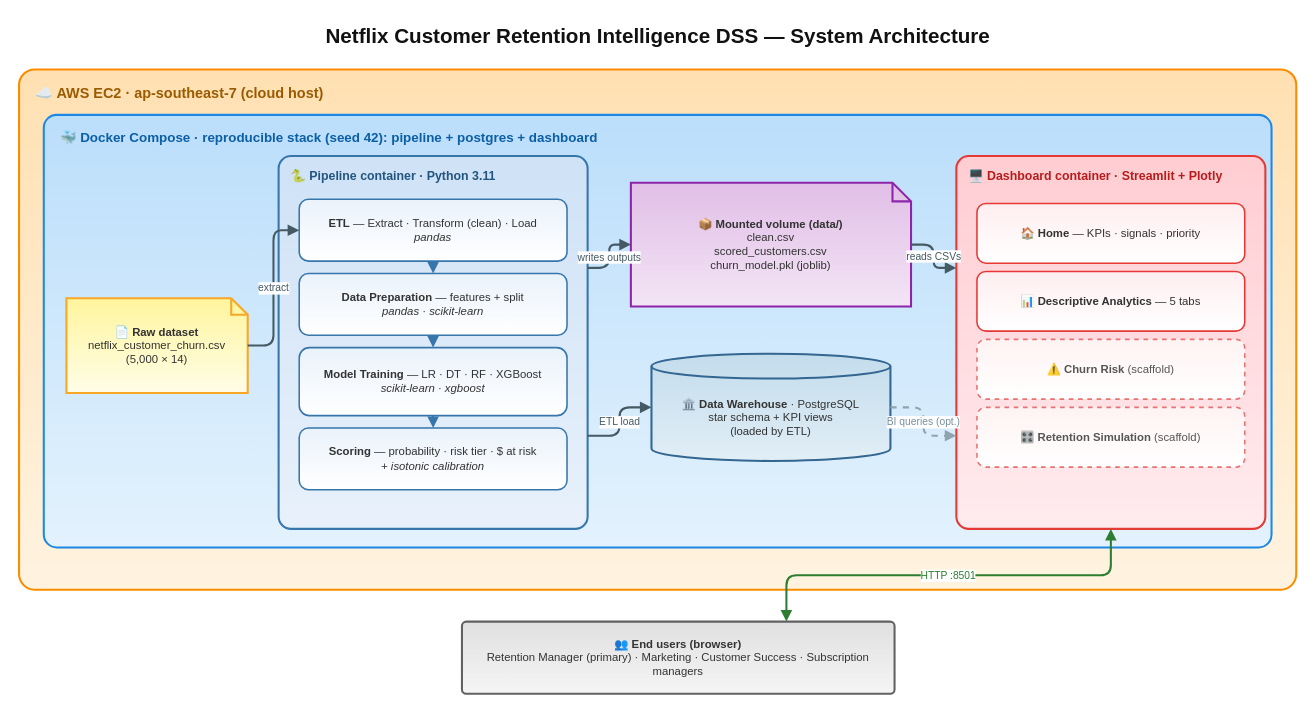
Above: docs/System_Architecture.drawio in Natawat-d/BIA_Project (draw.io), before the change. Source tidied: cells renumbered, new cells numbered last; positions are measured from the earlier drawing's top-left corner, leaving out a move shared by most shapes. Both pictures are drawn from the tidied source at 103%, with x=0, y=0 at pixel (19, 18).
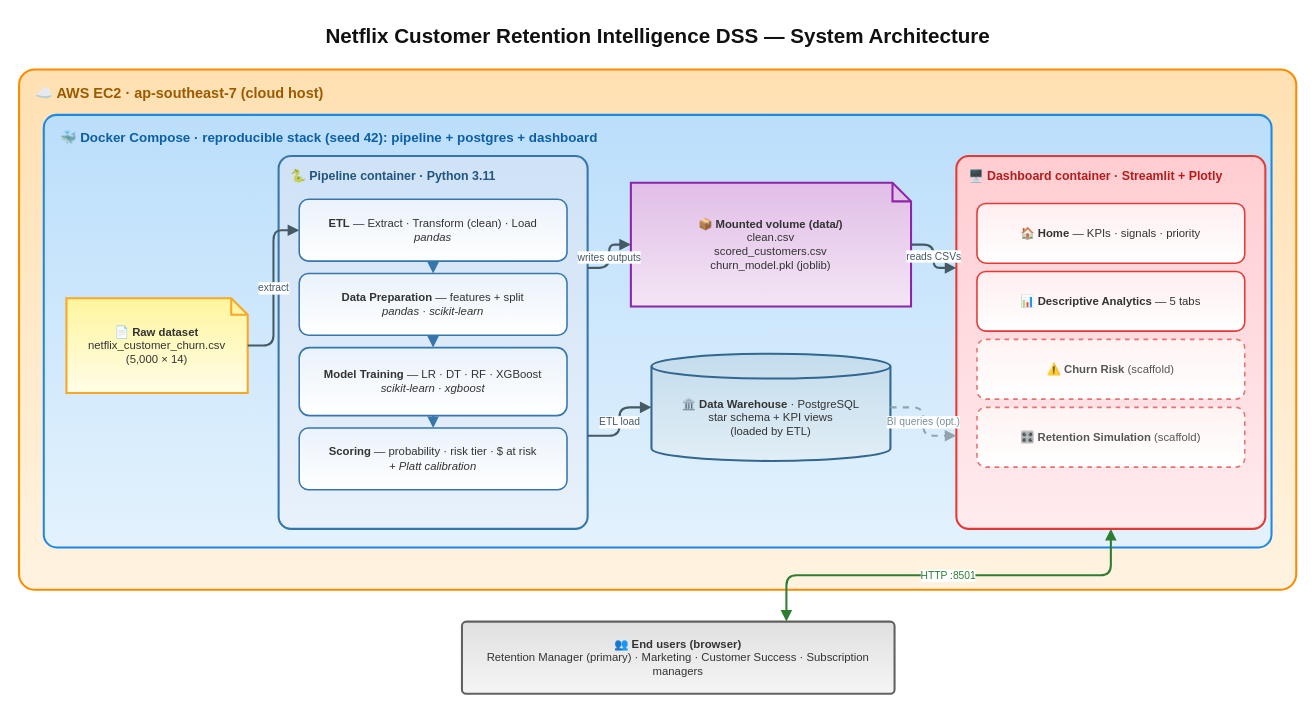
After the change.

Commit message (it also covers changes not shown here):
Add comprehensive dashboard guide and update final report with calibration changes

What changed in the source:
```diff
@@
-    <mxCell id="10" value="&lt;b&gt;Scoring&lt;/b&gt; — probability · risk tier · $ at risk&lt;br&gt;&lt;i&gt;+ isotonic calibration&lt;/i&gt;" style="rounded=1;whiteSpace=wrap;html=1;fillColor=#FFFFFF;gradientColor=#EAF2FB;gradientDirection=north;strokeColor=#3776AB;strokeWidth=1.5;fontColor=#333333;fontSize=11;align=center;verticalAlign=middle;" parent="1" vertex="1">
+    <mxCell id="10" value="&lt;b&gt;Scoring&lt;/b&gt; — probability · risk tier · $ at risk&lt;br&gt;&lt;i&gt;+ Platt calibration&lt;/i&gt;" style="rounded=1;whiteSpace=wrap;html=1;fillColor=#FFFFFF;gradientColor=#EAF2FB;gradientDirection=north;strokeColor=#3776AB;strokeWidth=1.5;fontColor=#333333;fontSize=11;align=center;verticalAlign=middle;" parent="1" vertex="1">
       <mxGeometry x="272" y="398" width="260" height="60" as="geometry" />
     </mxCell>
```
